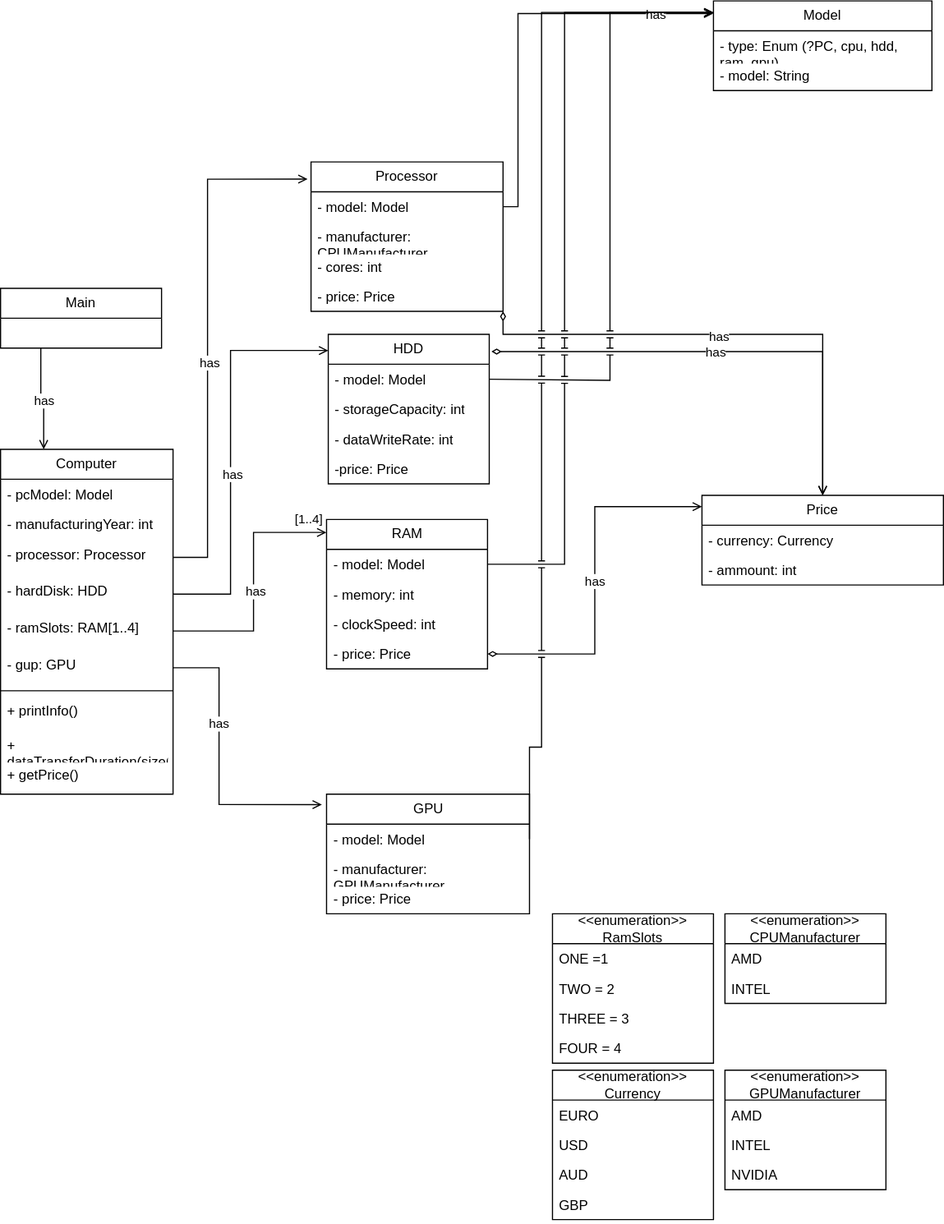
Before: course_material/Computer-UML.drawio.svg, a diagram exported from draw.io (hornsbeef/PM_PS). Source tidied: cells renumbered, new cells last; positions are measured from the earlier drawing's top-left corner, leaving out a move shared by most shapes.
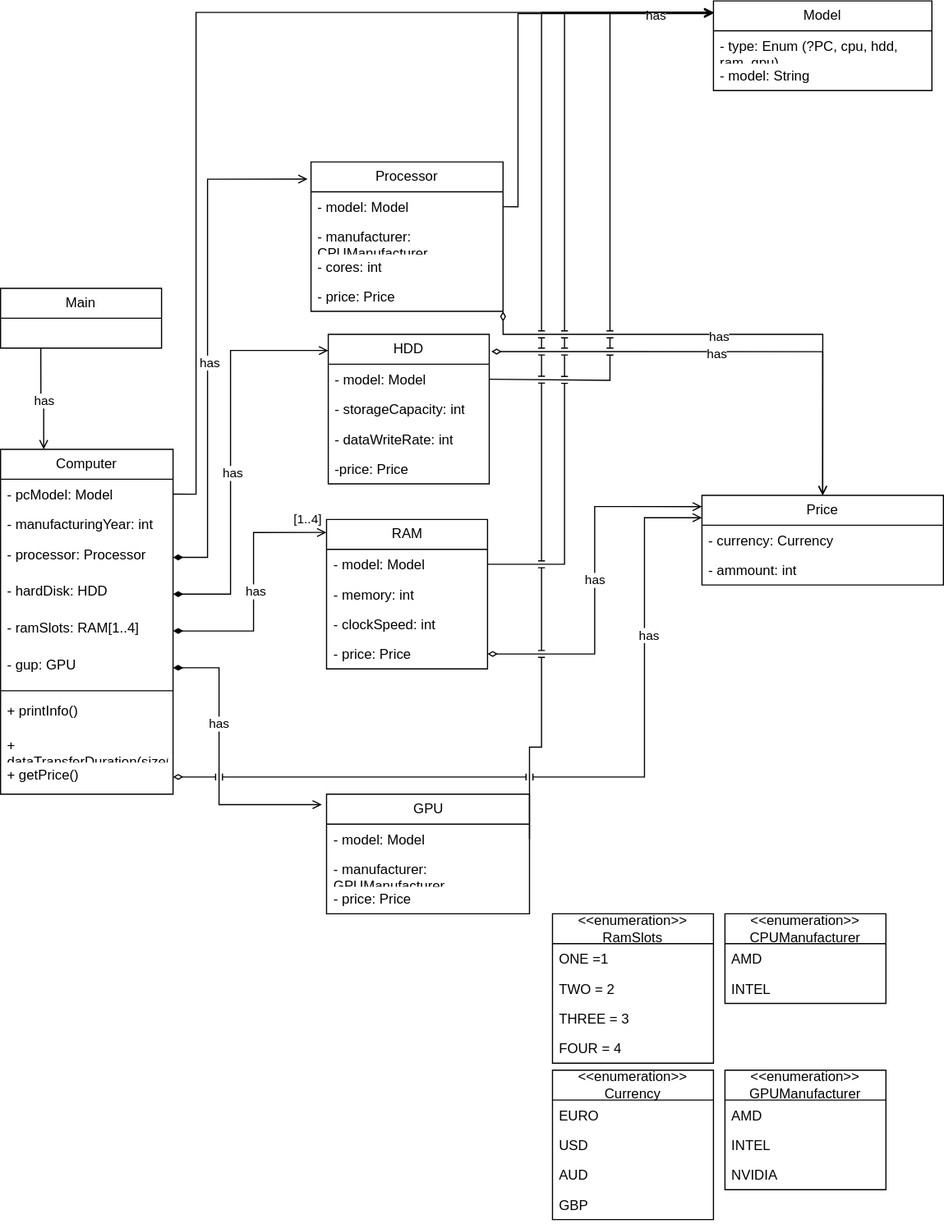
After the change.

The edit, as a diff of the source:
```diff
@@ -33,6 +33,15 @@
     <mxCell id="9" value="Computer" style="swimlane;fontStyle=0;horizontal=1;startSize=26;fillColor=none;whiteSpace=wrap;html=1;swimlaneLine=1;rounded=0;swimlaneFillColor=none;" parent="1" vertex="1">
       <mxGeometry y="390" width="150" height="300" as="geometry" />
     </mxCell>
+    <mxCell id="78" style="edgeStyle=orthogonalEdgeStyle;rounded=0;jettySize=auto;html=1;exitX=1;exitY=0.5;exitDx=0;exitDy=0;endArrow=open;endFill=0;" parent="9" edge="1" source="10">
+      <mxGeometry relative="1" as="geometry">
+        <mxPoint x="620" y="-380" as="targetPoint" />
+        <Array as="points">
+          <mxPoint x="170" y="39" />
+          <mxPoint x="170" y="-380" />
+        </Array>
+      </mxGeometry>
+    </mxCell>
     <mxCell id="10" value="- pcModel: Model" style="text;strokeColor=none;fillColor=none;align=left;verticalAlign=top;spacingLeft=4;spacingRight=4;overflow=hidden;points=[[0,0.5],[1,0.5]];portConstraint=eastwest;whiteSpace=wrap;html=1;" parent="9" vertex="1">
       <mxGeometry y="26" width="150" height="26" as="geometry" />
     </mxCell>
@@ -87,7 +96,7 @@
     <mxCell id="27" value="- ammount: int" style="text;strokeColor=none;fillColor=none;align=left;verticalAlign=top;spacingLeft=4;spacingRight=4;overflow=hidden;whiteSpace=wrap;html=1;" parent="25" vertex="1">
       <mxGeometry y="52" width="210" height="26" as="geometry" />
     </mxCell>
-    <mxCell id="28" style="edgeStyle=orthogonalEdgeStyle;rounded=0;jettySize=auto;html=1;exitX=1;exitY=0.5;exitDx=0;exitDy=0;entryX=-0.018;entryY=0.115;entryDx=0;entryDy=0;curved=0;flowAnimation=0;shadow=0;endArrow=open;endFill=0;entryPerimeter=0;" parent="1" edge="1" source="12" target="20">
+    <mxCell id="28" style="edgeStyle=orthogonalEdgeStyle;rounded=0;jettySize=auto;html=1;exitX=1;exitY=0.5;exitDx=0;exitDy=0;entryX=-0.018;entryY=0.115;entryDx=0;entryDy=0;curved=0;flowAnimation=0;shadow=0;endArrow=open;endFill=0;entryPerimeter=0;startArrow=diamondThin;startFill=1;" parent="1" edge="1" source="12" target="20">
       <mxGeometry relative="1" as="geometry">
         <Array as="points">
           <mxPoint x="180" y="484" />
@@ -144,7 +153,7 @@
         </Array>
       </mxGeometry>
     </mxCell>
-    <mxCell id="40" style="edgeStyle=orthogonalEdgeStyle;rounded=0;jettySize=auto;html=1;exitX=1;exitY=0.5;exitDx=0;exitDy=0;entryX=0;entryY=0.108;entryDx=0;entryDy=0;curved=0;flowAnimation=0;shadow=0;endArrow=open;endFill=0;entryPerimeter=0;" parent="1" edge="1" source="13" target="34">
+    <mxCell id="40" style="edgeStyle=orthogonalEdgeStyle;rounded=0;jettySize=auto;html=1;exitX=1;exitY=0.5;exitDx=0;exitDy=0;entryX=0;entryY=0.108;entryDx=0;entryDy=0;curved=0;flowAnimation=0;shadow=0;endArrow=open;endFill=0;entryPerimeter=0;startArrow=diamondThin;startFill=1;" parent="1" edge="1" source="13" target="34">
       <mxGeometry relative="1" as="geometry">
         <Array as="points">
           <mxPoint x="200" y="516" />
@@ -188,7 +197,7 @@
         </Array>
       </mxGeometry>
     </mxCell>
-    <mxCell id="49" style="edgeStyle=orthogonalEdgeStyle;rounded=0;jettySize=auto;html=1;exitX=1;exitY=0.5;exitDx=0;exitDy=0;entryX=-0.001;entryY=0.087;entryDx=0;entryDy=0;entryPerimeter=0;endArrow=open;endFill=0;" parent="1" edge="1" source="14" target="42">
+    <mxCell id="49" style="edgeStyle=orthogonalEdgeStyle;rounded=0;jettySize=auto;html=1;exitX=1;exitY=0.5;exitDx=0;exitDy=0;entryX=-0.001;entryY=0.087;entryDx=0;entryDy=0;entryPerimeter=0;endArrow=open;endFill=0;startArrow=diamondThin;startFill=1;" parent="1" edge="1" source="14" target="42">
       <mxGeometry relative="1" as="geometry">
         <Array as="points">
           <mxPoint x="220" y="548" />
@@ -216,7 +225,7 @@
     <mxCell id="55" value="- price: Price" style="text;strokeColor=none;fillColor=none;align=left;verticalAlign=top;spacingLeft=4;spacingRight=4;overflow=hidden;whiteSpace=wrap;html=1;" parent="52" vertex="1">
       <mxGeometry y="78" width="176.5" height="26" as="geometry" />
     </mxCell>
-    <mxCell id="56" style="edgeStyle=orthogonalEdgeStyle;rounded=0;jettySize=auto;html=1;exitX=1;exitY=0.5;exitDx=0;exitDy=0;entryX=-0.023;entryY=0.087;entryDx=0;entryDy=0;entryPerimeter=0;endArrow=open;endFill=0;" parent="1" edge="1" source="15" target="52">
+    <mxCell id="56" style="edgeStyle=orthogonalEdgeStyle;rounded=0;jettySize=auto;html=1;exitX=1;exitY=0.5;exitDx=0;exitDy=0;entryX=-0.023;entryY=0.087;entryDx=0;entryDy=0;entryPerimeter=0;endArrow=open;endFill=0;startArrow=diamondThin;startFill=1;" parent="1" edge="1" source="15" target="52">
       <mxGeometry relative="1" as="geometry">
         <Array as="points">
           <mxPoint x="190" y="580" />
@@ -291,5 +300,16 @@
     <mxCell id="77" value="Main" style="swimlane;fontStyle=0;horizontal=1;startSize=26;fillColor=none;whiteSpace=wrap;html=1;" parent="1" vertex="1">
       <mxGeometry y="250" width="140" height="52" as="geometry" />
     </mxCell>
+    <mxCell id="79" style="edgeStyle=orthogonalEdgeStyle;rounded=0;jettySize=auto;html=1;exitX=1;exitY=0.5;exitDx=0;exitDy=0;entryX=0;entryY=0.25;entryDx=0;entryDy=0;jumpStyle=line;endArrow=open;endFill=0;startArrow=diamondThin;startFill=0;" parent="1" edge="1" source="19" target="25">
+      <mxGeometry relative="1" as="geometry">
+        <Array as="points">
+          <mxPoint x="560" y="675" />
+          <mxPoint x="560" y="450" />
+        </Array>
+      </mxGeometry>
+    </mxCell>
+    <mxCell id="80" value="has" style="edgeLabel;html=1;align=center;verticalAlign=middle;" parent="79" vertex="1">
+      <mxGeometry x="0.56" y="-3" relative="1" as="geometry" />
+    </mxCell>
   </root>
 </mxGraphModel>
```
